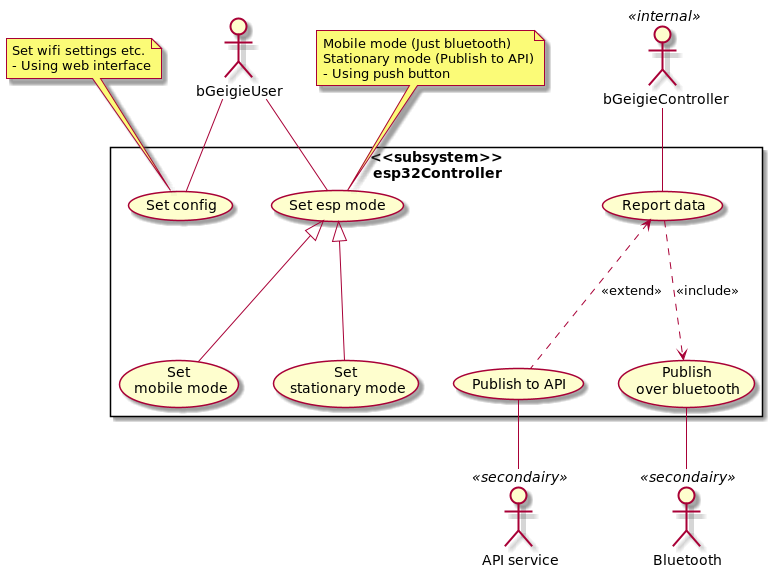
Safecast/bGeigieCast keeps this PlantUML diagram as designs/diagrams/usecase.png. Above is the earlier version.
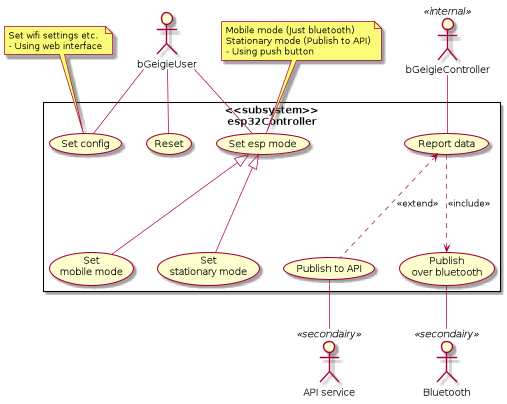
Later version of the same file.

Change to the diagram source:
```diff
@@ -10,6 +10,7 @@
 rectangle <<subsystem>>\nesp32Controller{
     (Set config)
     (Set esp mode)
+    (Reset)
     (Set\n mobile mode)
     (Set\n stationary mode)
     (Publish to API)
@@ -27,6 +28,7 @@
 
     user -d- (Set esp mode)
     user -d- (Set config)
+    user -d- (Reset)
     BGN -- (Report data)
 }
 
```
